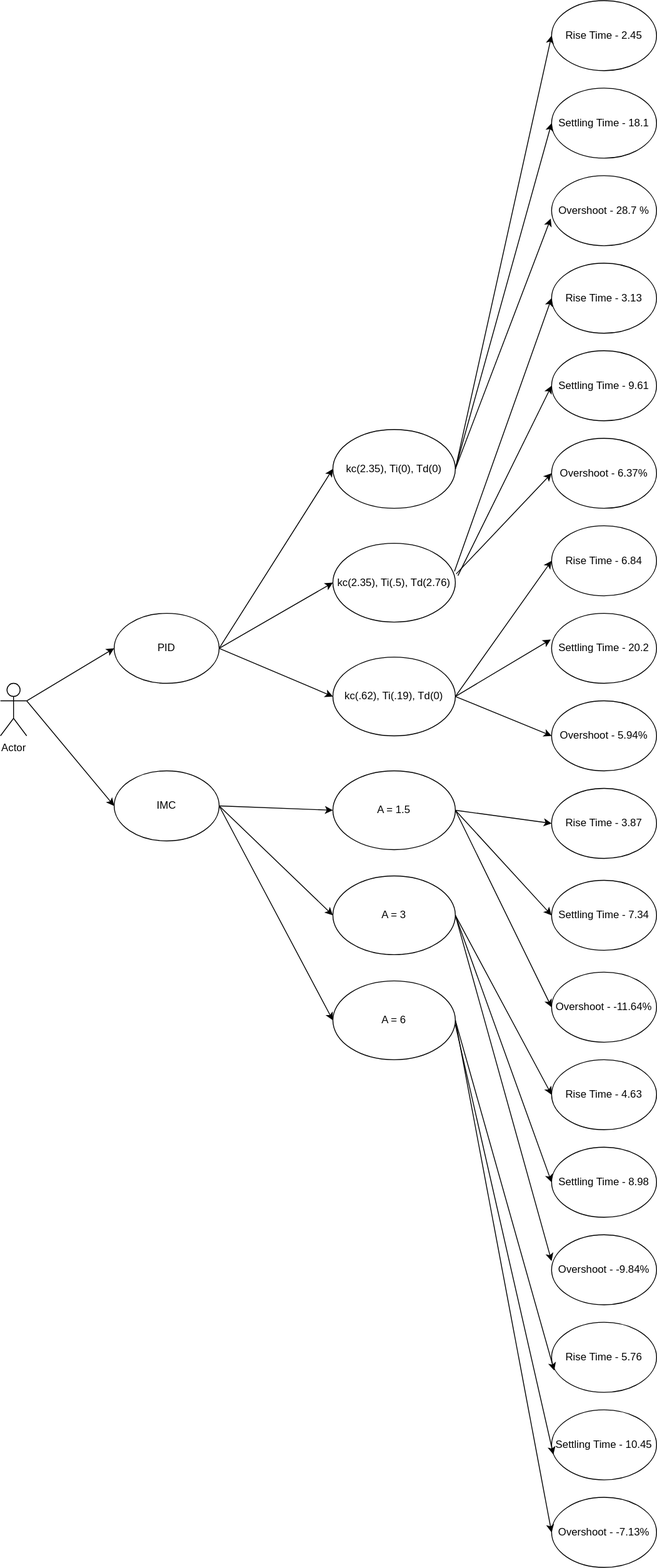
Earlier version of the draw.io export Architecture/Structural/LL_behv.svg (Debsurya1999/LTTS_minipro_Deb). Source tidied: cells renumbered, new cells last; positions are measured from the earlier drawing's top-left corner, leaving out a move shared by most shapes.
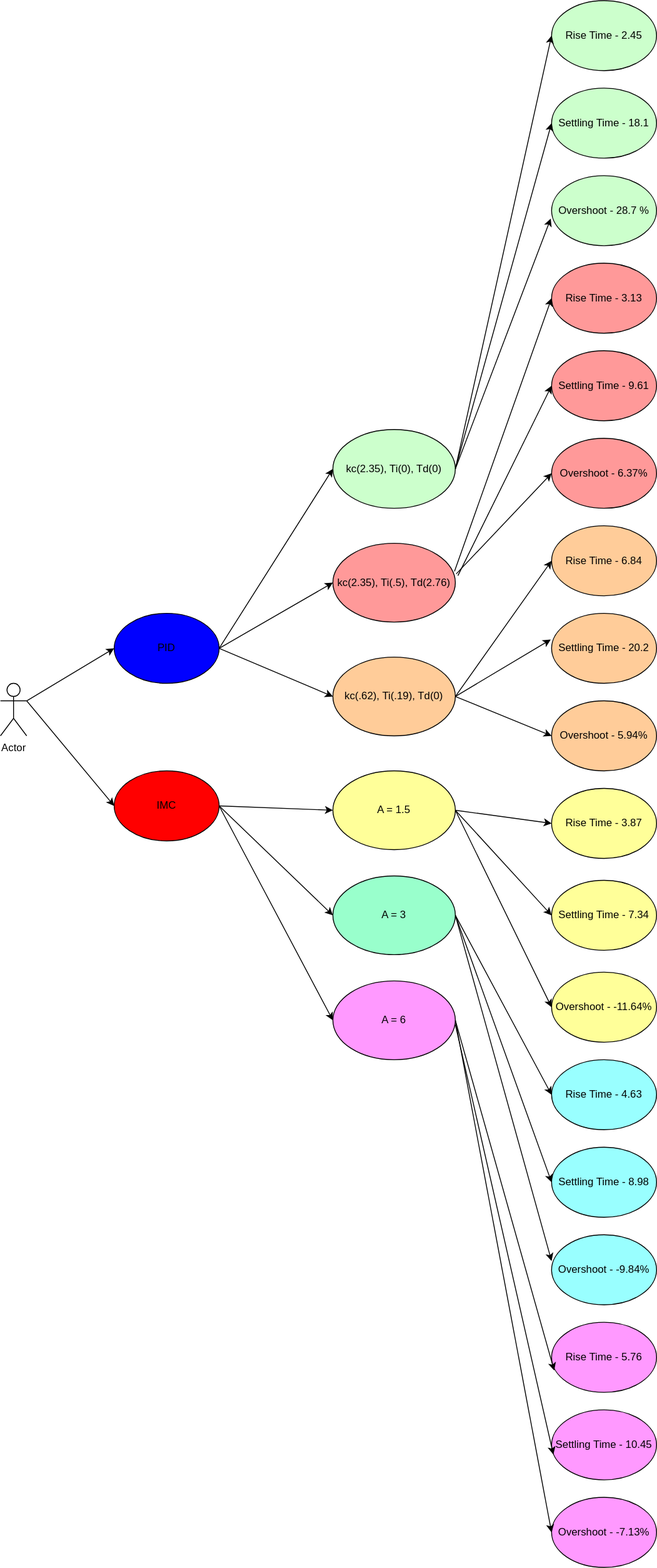
Later version of the same file.

The edit, as a diff of the source:
```diff
@@ -5,82 +5,82 @@
     <mxCell id="2" value="Actor" style="shape=umlActor;verticalLabelPosition=bottom;verticalAlign=top;html=1;outlineConnect=0;" parent="1" vertex="1">
       <mxGeometry y="780" width="30" height="60" as="geometry" />
     </mxCell>
-    <mxCell id="3" value="PID" style="ellipse;whiteSpace=wrap;html=1;" parent="1" vertex="1">
+    <mxCell id="3" value="PID" style="ellipse;whiteSpace=wrap;html=1;fillColor=#0000FF;" parent="1" vertex="1">
       <mxGeometry x="130" y="700" width="120" height="80" as="geometry" />
     </mxCell>
-    <mxCell id="4" value="IMC" style="ellipse;whiteSpace=wrap;html=1;" parent="1" vertex="1">
+    <mxCell id="4" value="IMC" style="ellipse;whiteSpace=wrap;html=1;fillColor=#FF0000;" parent="1" vertex="1">
       <mxGeometry x="130" y="880" width="120" height="80" as="geometry" />
     </mxCell>
-    <mxCell id="5" value="kc(2.35), Ti(0), Td(0)" style="ellipse;whiteSpace=wrap;html=1;" parent="1" vertex="1">
+    <mxCell id="5" value="kc(2.35), Ti(0), Td(0)" style="ellipse;whiteSpace=wrap;html=1;fillColor=#CCFFCC;" parent="1" vertex="1">
       <mxGeometry x="380" y="490" width="140" height="90" as="geometry" />
     </mxCell>
-    <mxCell id="6" value="kc(2.35), Ti(.5), Td(2.76)" style="ellipse;whiteSpace=wrap;html=1;" parent="1" vertex="1">
+    <mxCell id="6" value="kc(2.35), Ti(.5), Td(2.76)" style="ellipse;whiteSpace=wrap;html=1;fillColor=#FF9999;" parent="1" vertex="1">
       <mxGeometry x="380" y="620" width="140" height="90" as="geometry" />
     </mxCell>
-    <mxCell id="7" value="kc(.62), Ti(.19), Td(0)" style="ellipse;whiteSpace=wrap;html=1;" parent="1" vertex="1">
+    <mxCell id="7" value="kc(.62), Ti(.19), Td(0)" style="ellipse;whiteSpace=wrap;html=1;fillColor=#FFCC99;" parent="1" vertex="1">
       <mxGeometry x="380" y="750" width="140" height="90" as="geometry" />
     </mxCell>
-    <mxCell id="8" value="A = 1.5" style="ellipse;whiteSpace=wrap;html=1;" parent="1" vertex="1">
+    <mxCell id="8" value="A = 1.5" style="ellipse;whiteSpace=wrap;html=1;fillColor=#FFFF99;" parent="1" vertex="1">
       <mxGeometry x="380" y="880" width="140" height="90" as="geometry" />
     </mxCell>
-    <mxCell id="9" value="A = 3" style="ellipse;whiteSpace=wrap;html=1;" parent="1" vertex="1">
+    <mxCell id="9" value="A = 3" style="ellipse;whiteSpace=wrap;html=1;fillColor=#99FFCC;" parent="1" vertex="1">
       <mxGeometry x="380" y="1000" width="140" height="90" as="geometry" />
     </mxCell>
-    <mxCell id="10" value="A = 6" style="ellipse;whiteSpace=wrap;html=1;" parent="1" vertex="1">
+    <mxCell id="10" value="A = 6" style="ellipse;whiteSpace=wrap;html=1;fillColor=#FF99FF;" parent="1" vertex="1">
       <mxGeometry x="380" y="1120" width="140" height="90" as="geometry" />
     </mxCell>
-    <mxCell id="11" value="Rise Time - 2.45" style="ellipse;whiteSpace=wrap;html=1;" parent="1" vertex="1">
+    <mxCell id="11" value="Rise Time - 2.45" style="ellipse;whiteSpace=wrap;html=1;fillColor=#CCFFCC;" parent="1" vertex="1">
       <mxGeometry x="630" width="120" height="80" as="geometry" />
     </mxCell>
-    <mxCell id="12" value="Settling Time - 18.1" style="ellipse;whiteSpace=wrap;html=1;" parent="1" vertex="1">
+    <mxCell id="12" value="Settling Time - 18.1" style="ellipse;whiteSpace=wrap;html=1;fillColor=#CCFFCC;" parent="1" vertex="1">
       <mxGeometry x="630" y="100" width="120" height="80" as="geometry" />
     </mxCell>
-    <mxCell id="13" value="Overshoot - 28.7 %" style="ellipse;whiteSpace=wrap;html=1;" parent="1" vertex="1">
+    <mxCell id="13" value="Overshoot - 28.7 %" style="ellipse;whiteSpace=wrap;html=1;fillColor=#CCFFCC;" parent="1" vertex="1">
       <mxGeometry x="630" y="200" width="120" height="80" as="geometry" />
     </mxCell>
-    <mxCell id="14" value="Rise Time - 3.13" style="ellipse;whiteSpace=wrap;html=1;" parent="1" vertex="1">
+    <mxCell id="14" value="Rise Time - 3.13" style="ellipse;whiteSpace=wrap;html=1;fillColor=#FF9999;" parent="1" vertex="1">
       <mxGeometry x="630" y="300" width="120" height="80" as="geometry" />
     </mxCell>
-    <mxCell id="15" value="Settling Time - 9.61" style="ellipse;whiteSpace=wrap;html=1;" parent="1" vertex="1">
+    <mxCell id="15" value="Settling Time - 9.61" style="ellipse;whiteSpace=wrap;html=1;fillColor=#FF9999;" parent="1" vertex="1">
       <mxGeometry x="630" y="400" width="120" height="80" as="geometry" />
     </mxCell>
-    <mxCell id="16" value="Overshoot - 6.37%" style="ellipse;whiteSpace=wrap;html=1;" parent="1" vertex="1">
+    <mxCell id="16" value="Overshoot - 6.37%" style="ellipse;whiteSpace=wrap;html=1;fillColor=#FF9999;" parent="1" vertex="1">
       <mxGeometry x="630" y="500" width="120" height="80" as="geometry" />
     </mxCell>
-    <mxCell id="17" value="Rise Time - 6.84" style="ellipse;whiteSpace=wrap;html=1;" parent="1" vertex="1">
+    <mxCell id="17" value="Rise Time - 6.84" style="ellipse;whiteSpace=wrap;html=1;fillColor=#FFCC99;" parent="1" vertex="1">
       <mxGeometry x="630" y="600" width="120" height="80" as="geometry" />
     </mxCell>
-    <mxCell id="18" value="Settling Time - 20.2" style="ellipse;whiteSpace=wrap;html=1;" parent="1" vertex="1">
+    <mxCell id="18" value="Settling Time - 20.2" style="ellipse;whiteSpace=wrap;html=1;fillColor=#FFCC99;" parent="1" vertex="1">
       <mxGeometry x="630" y="700" width="120" height="80" as="geometry" />
     </mxCell>
-    <mxCell id="19" value="Overshoot - 5.94%" style="ellipse;whiteSpace=wrap;html=1;" parent="1" vertex="1">
+    <mxCell id="19" value="Overshoot - 5.94%" style="ellipse;whiteSpace=wrap;html=1;fillColor=#FFCC99;" parent="1" vertex="1">
       <mxGeometry x="630" y="800" width="120" height="80" as="geometry" />
     </mxCell>
-    <mxCell id="20" value="Rise Time - 3.87" style="ellipse;whiteSpace=wrap;html=1;" parent="1" vertex="1">
+    <mxCell id="20" value="Rise Time - 3.87" style="ellipse;whiteSpace=wrap;html=1;fillColor=#FFFF99;" parent="1" vertex="1">
       <mxGeometry x="630" y="900" width="120" height="80" as="geometry" />
     </mxCell>
-    <mxCell id="21" value="Settling Time - 7.34" style="ellipse;whiteSpace=wrap;html=1;" parent="1" vertex="1">
+    <mxCell id="21" value="Settling Time - 7.34" style="ellipse;whiteSpace=wrap;html=1;fillColor=#FFFF99;" parent="1" vertex="1">
       <mxGeometry x="630" y="1005" width="120" height="80" as="geometry" />
     </mxCell>
-    <mxCell id="22" value="Overshoot - -11.64%" style="ellipse;whiteSpace=wrap;html=1;" parent="1" vertex="1">
+    <mxCell id="22" value="Overshoot - -11.64%" style="ellipse;whiteSpace=wrap;html=1;fillColor=#FFFF99;" parent="1" vertex="1">
       <mxGeometry x="630" y="1110" width="120" height="80" as="geometry" />
     </mxCell>
-    <mxCell id="23" value="Rise Time - 4.63" style="ellipse;whiteSpace=wrap;html=1;" parent="1" vertex="1">
+    <mxCell id="23" value="Rise Time - 4.63" style="ellipse;whiteSpace=wrap;html=1;fillColor=#99FFFF;" parent="1" vertex="1">
       <mxGeometry x="630" y="1210" width="120" height="80" as="geometry" />
     </mxCell>
-    <mxCell id="24" value="Settling Time - 8.98" style="ellipse;whiteSpace=wrap;html=1;" parent="1" vertex="1">
+    <mxCell id="24" value="Settling Time - 8.98" style="ellipse;whiteSpace=wrap;html=1;fillColor=#99FFFF;" parent="1" vertex="1">
       <mxGeometry x="630" y="1310" width="120" height="80" as="geometry" />
     </mxCell>
-    <mxCell id="25" value="Overshoot - -9.84%" style="ellipse;whiteSpace=wrap;html=1;" parent="1" vertex="1">
+    <mxCell id="25" value="Overshoot - -9.84%" style="ellipse;whiteSpace=wrap;html=1;fillColor=#99FFFF;" parent="1" vertex="1">
       <mxGeometry x="630" y="1410" width="120" height="80" as="geometry" />
     </mxCell>
-    <mxCell id="26" value="Rise Time - 5.76" style="ellipse;whiteSpace=wrap;html=1;" parent="1" vertex="1">
+    <mxCell id="26" value="Rise Time - 5.76" style="ellipse;whiteSpace=wrap;html=1;fillColor=#FF99FF;" parent="1" vertex="1">
       <mxGeometry x="630" y="1510" width="120" height="80" as="geometry" />
     </mxCell>
-    <mxCell id="27" value="Settling Time - 10.45" style="ellipse;whiteSpace=wrap;html=1;" parent="1" vertex="1">
+    <mxCell id="27" value="Settling Time - 10.45" style="ellipse;whiteSpace=wrap;html=1;fillColor=#FF99FF;" parent="1" vertex="1">
       <mxGeometry x="630" y="1610" width="120" height="80" as="geometry" />
     </mxCell>
-    <mxCell id="28" value="Overshoot - -7.13%" style="ellipse;whiteSpace=wrap;html=1;" parent="1" vertex="1">
+    <mxCell id="28" value="Overshoot - -7.13%" style="ellipse;whiteSpace=wrap;html=1;fillColor=#FF99FF;" parent="1" vertex="1">
       <mxGeometry x="630" y="1710" width="120" height="80" as="geometry" />
     </mxCell>
     <mxCell id="29" style="endArrow=classic;html=1;exitX=1;exitY=0.3333333333333333;exitDx=0;exitDy=0;exitPerimeter=0;entryX=0;entryY=0.5;entryDx=0;entryDy=0;" parent="1" edge="1" source="2" target="3">
```
